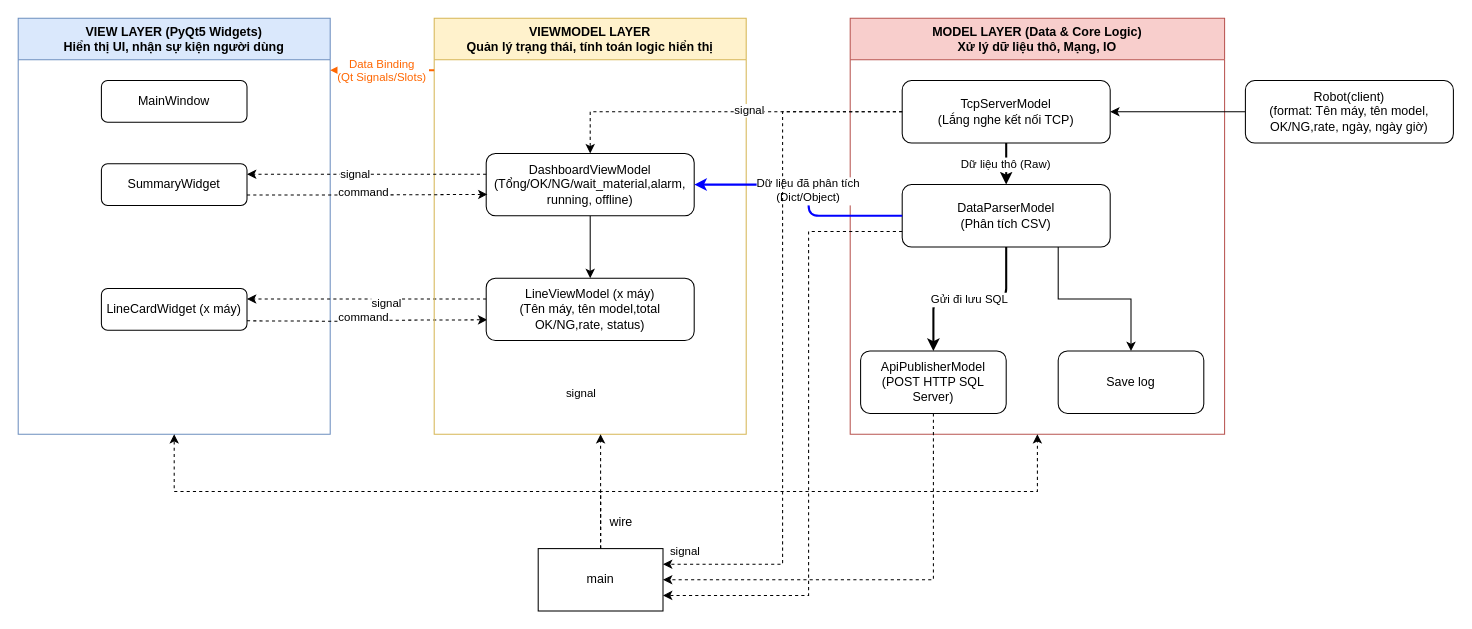
Before: Agent_prj/docs/architecture.drawio in Thinhngua1/MINI_PC_WIN7_full_UI, a draw.io diagram. Source tidied: cells renumbered, new cells numbered last; positions are measured from the earlier drawing's top-left corner, leaving out a move shared by most shapes. Both pictures are drawn from the tidied source at 104%, with x=0, y=0 at pixel (18, 18).
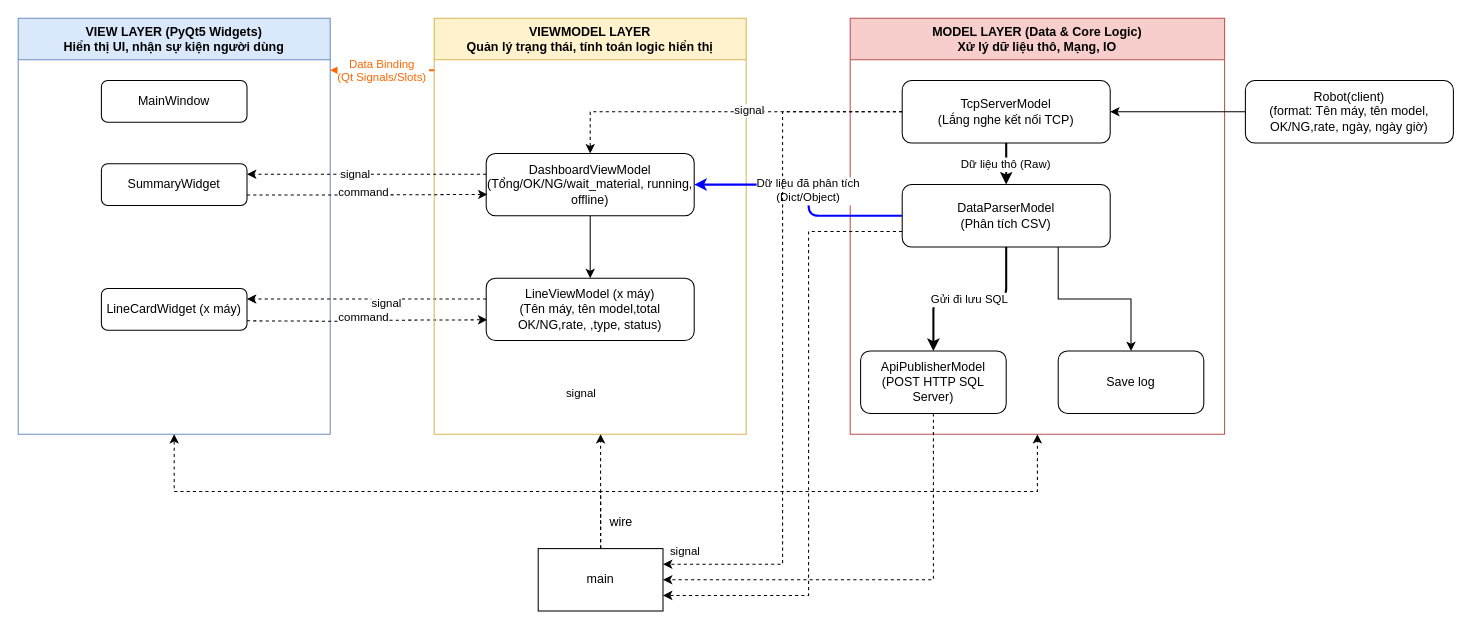
After the change.

Unchanged cells that the change refers to:
```xml
<mxCell id="10" value="VIEWMODEL LAYER&#10;Quản lý trạng thái, tính toán logic hiển thị" style="swimlane;fillColor=#fff2cc;strokeColor=#d6b656;fontStyle=1;startSize=40;" parent="1" vertex="1">
  <mxGeometry x="400" width="300" height="400" as="geometry" />
</mxCell>
```

The edit, as a diff of the source:
```diff
@@
-    <mxCell id="12" value="DashboardViewModel&#10;(Tổng/OK/NG/wait_material,alarm, running, offline)" style="rounded=1;whiteSpace=wrap;" parent="10" vertex="1">
+    <mxCell id="12" value="DashboardViewModel&#10;(Tổng/OK/NG/wait_material, running, offline)" style="rounded=1;whiteSpace=wrap;" parent="10" vertex="1">
       <mxGeometry x="50" y="130" width="200" height="60" as="geometry" />
     </mxCell>
-    <mxCell id="13" value="LineViewModel (x máy)&lt;br&gt;(Tên máy, tên model,total OK/NG,rate, status)" style="rounded=1;whiteSpace=wrap;html=1;" parent="10" vertex="1">
+    <mxCell id="13" value="LineViewModel (x máy)&lt;br&gt;(Tên máy, tên model,total OK/NG,rate, ,type, status)" style="rounded=1;whiteSpace=wrap;html=1;" parent="10" vertex="1">
       <mxGeometry x="50" y="250" width="200" height="60" as="geometry" />
     </mxCell>
```
